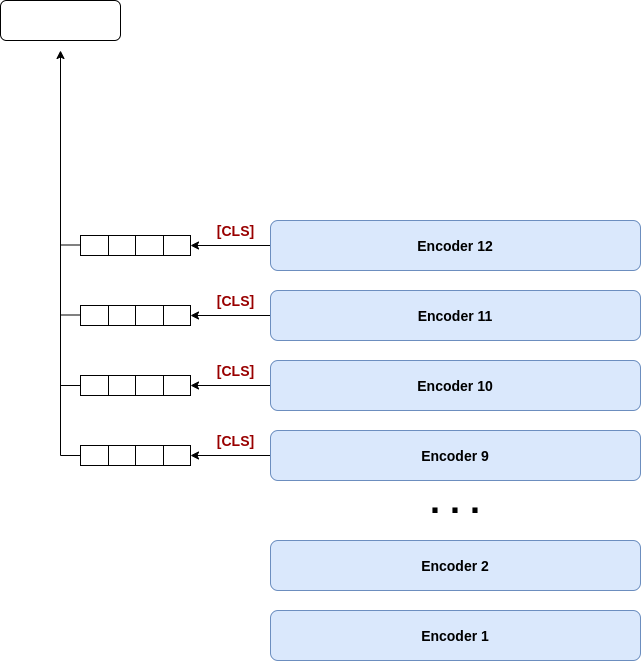
The draw.io diagram classification_model.png in heraclex12/VLSP2020-Fake-News-Detection, before a commit. Source tidied: cells renumbered, new cells last; positions are measured from the earlier drawing's top-left corner, leaving out a move shared by most shapes.
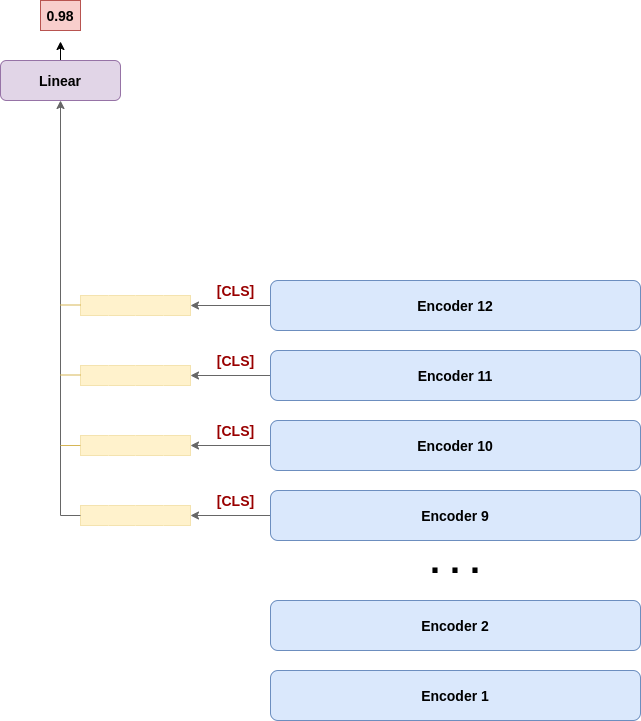
After the commit.

Diff of the diagram source:
```diff
@@ -2,25 +2,25 @@
   <root>
     <mxCell id="0" />
     <mxCell id="1" parent="0" />
-    <mxCell id="2" style="edgeStyle=orthogonalEdgeStyle;rounded=0;jettySize=auto;html=1;exitX=0;exitY=0.5;exitDx=0;exitDy=0;entryX=1;entryY=0.5;entryDx=0;entryDy=0;" parent="1" edge="1" source="3" target="15">
+    <mxCell id="2" style="edgeStyle=orthogonalEdgeStyle;rounded=0;jettySize=auto;html=1;exitX=0;exitY=0.5;exitDx=0;exitDy=0;entryX=1;entryY=0.5;entryDx=0;entryDy=0;strokeColor=#666666;" parent="1" edge="1" source="3" target="15">
       <mxGeometry relative="1" as="geometry" />
     </mxCell>
     <mxCell id="3" value="&lt;span&gt;&lt;b&gt;&lt;font style=&quot;font-size: 14px&quot;&gt;Encoder 9&lt;/font&gt;&lt;/b&gt;&lt;/span&gt;" style="rounded=1;whiteSpace=wrap;html=1;fillColor=#dae8fc;strokeColor=#6c8ebf;" parent="1" vertex="1">
       <mxGeometry x="270" y="430" width="370" height="50" as="geometry" />
     </mxCell>
-    <mxCell id="4" style="edgeStyle=orthogonalEdgeStyle;rounded=0;jettySize=auto;html=1;exitX=0;exitY=0.5;exitDx=0;exitDy=0;entryX=1;entryY=0.5;entryDx=0;entryDy=0;" parent="1" edge="1" source="5" target="22">
+    <mxCell id="4" style="edgeStyle=orthogonalEdgeStyle;rounded=0;jettySize=auto;html=1;exitX=0;exitY=0.5;exitDx=0;exitDy=0;entryX=1;entryY=0.5;entryDx=0;entryDy=0;strokeColor=#666666;" parent="1" edge="1" source="5" target="22">
       <mxGeometry relative="1" as="geometry" />
     </mxCell>
     <mxCell id="5" value="&lt;span&gt;&lt;b&gt;&lt;font style=&quot;font-size: 14px&quot;&gt;Encoder 10&lt;/font&gt;&lt;/b&gt;&lt;/span&gt;" style="rounded=1;whiteSpace=wrap;html=1;fillColor=#dae8fc;strokeColor=#6c8ebf;" parent="1" vertex="1">
       <mxGeometry x="270" y="360" width="370" height="50" as="geometry" />
     </mxCell>
-    <mxCell id="6" style="edgeStyle=orthogonalEdgeStyle;rounded=0;jettySize=auto;html=1;exitX=0;exitY=0.5;exitDx=0;exitDy=0;entryX=1;entryY=0.5;entryDx=0;entryDy=0;" parent="1" edge="1" source="7" target="29">
+    <mxCell id="6" style="edgeStyle=orthogonalEdgeStyle;rounded=0;jettySize=auto;html=1;exitX=0;exitY=0.5;exitDx=0;exitDy=0;entryX=1;entryY=0.5;entryDx=0;entryDy=0;strokeColor=#666666;" parent="1" edge="1" source="7" target="29">
       <mxGeometry relative="1" as="geometry" />
     </mxCell>
     <mxCell id="7" value="&lt;b&gt;&lt;font style=&quot;font-size: 14px&quot;&gt;Encoder 11&lt;/font&gt;&lt;/b&gt;" style="rounded=1;whiteSpace=wrap;html=1;fillColor=#dae8fc;strokeColor=#6c8ebf;" parent="1" vertex="1">
       <mxGeometry x="270" y="290" width="370" height="50" as="geometry" />
     </mxCell>
-    <mxCell id="8" style="edgeStyle=orthogonalEdgeStyle;rounded=0;jettySize=auto;html=1;exitX=0;exitY=0.5;exitDx=0;exitDy=0;entryX=1;entryY=0.5;entryDx=0;entryDy=0;" parent="1" edge="1" source="9" target="36">
+    <mxCell id="8" style="edgeStyle=orthogonalEdgeStyle;rounded=0;jettySize=auto;html=1;exitX=0;exitY=0.5;exitDx=0;exitDy=0;entryX=1;entryY=0.5;entryDx=0;entryDy=0;strokeColor=#666666;" parent="1" edge="1" source="9" target="36">
       <mxGeometry relative="1" as="geometry" />
     </mxCell>
     <mxCell id="9" value="&lt;b&gt;&lt;font style=&quot;font-size: 14px&quot;&gt;Encoder 12&lt;/font&gt;&lt;/b&gt;" style="rounded=1;whiteSpace=wrap;html=1;fillColor=#dae8fc;strokeColor=#6c8ebf;" parent="1" vertex="1">
@@ -38,112 +38,118 @@
     <mxCell id="13" value="&lt;font color=&quot;#990000&quot; size=&quot;1&quot;&gt;&lt;b style=&quot;font-size: 14px&quot;&gt;[CLS]&lt;/b&gt;&lt;/font&gt;" style="text;html=1;align=center;verticalAlign=middle;" parent="1" vertex="1">
       <mxGeometry x="210" y="430" width="50" height="20" as="geometry" />
     </mxCell>
-    <mxCell id="14" style="shape=table;html=1;whiteSpace=wrap;startSize=0;" parent="1" vertex="1">
+    <mxCell id="14" style="shape=table;html=1;whiteSpace=wrap;startSize=0;fillColor=#fff2cc;strokeColor=#d6b656;" parent="1" vertex="1">
       <mxGeometry x="80" y="445" width="110" height="20" as="geometry" />
     </mxCell>
-    <mxCell id="15" style="shape=partialRectangle;html=1;whiteSpace=wrap;fillColor=none;top=0;left=0;bottom=0;right=0;points=[[0,0.5],[1,0.5]];portConstraint=eastwest;" parent="14" vertex="1">
+    <mxCell id="15" style="shape=partialRectangle;html=1;whiteSpace=wrap;fillColor=#fff2cc;top=0;left=0;bottom=0;right=0;points=[[0,0.5],[1,0.5]];portConstraint=eastwest;strokeColor=#d6b656;" parent="14" vertex="1">
       <mxGeometry width="110" height="20" as="geometry" />
     </mxCell>
-    <mxCell id="16" style="shape=partialRectangle;html=1;whiteSpace=wrap;overflow=hidden;fillColor=none;top=0;left=0;bottom=0;right=0;" parent="15" vertex="1">
+    <mxCell id="16" style="shape=partialRectangle;html=1;whiteSpace=wrap;overflow=hidden;fillColor=#fff2cc;top=0;left=0;bottom=0;right=0;strokeColor=#d6b656;" parent="15" vertex="1">
       <mxGeometry width="28" height="20" as="geometry" />
     </mxCell>
-    <mxCell id="17" style="shape=partialRectangle;html=1;whiteSpace=wrap;overflow=hidden;fillColor=none;top=0;left=0;bottom=0;right=0;" parent="15" vertex="1">
+    <mxCell id="17" style="shape=partialRectangle;html=1;whiteSpace=wrap;overflow=hidden;fillColor=#fff2cc;top=0;left=0;bottom=0;right=0;strokeColor=#d6b656;" parent="15" vertex="1">
       <mxGeometry x="28" width="27" height="20" as="geometry" />
     </mxCell>
-    <mxCell id="18" style="shape=partialRectangle;html=1;whiteSpace=wrap;overflow=hidden;fillColor=none;top=0;left=0;bottom=0;right=0;" parent="15" vertex="1">
+    <mxCell id="18" style="shape=partialRectangle;html=1;whiteSpace=wrap;overflow=hidden;fillColor=#fff2cc;top=0;left=0;bottom=0;right=0;strokeColor=#d6b656;" parent="15" vertex="1">
       <mxGeometry x="55" width="28" height="20" as="geometry" />
     </mxCell>
-    <mxCell id="19" style="shape=partialRectangle;html=1;whiteSpace=wrap;overflow=hidden;fillColor=none;top=0;left=0;bottom=0;right=0;" parent="15" vertex="1">
+    <mxCell id="19" style="shape=partialRectangle;html=1;whiteSpace=wrap;overflow=hidden;fillColor=#fff2cc;top=0;left=0;bottom=0;right=0;strokeColor=#d6b656;" parent="15" vertex="1">
       <mxGeometry x="83" width="27" height="20" as="geometry" />
     </mxCell>
     <mxCell id="20" value="&lt;font color=&quot;#990000&quot; size=&quot;1&quot;&gt;&lt;b style=&quot;font-size: 14px&quot;&gt;[CLS]&lt;/b&gt;&lt;/font&gt;" style="text;html=1;align=center;verticalAlign=middle;" parent="1" vertex="1">
       <mxGeometry x="210" y="360" width="50" height="20" as="geometry" />
     </mxCell>
-    <mxCell id="21" style="shape=table;html=1;whiteSpace=wrap;startSize=0;" parent="1" vertex="1">
+    <mxCell id="21" style="shape=table;html=1;whiteSpace=wrap;startSize=0;fillColor=#fff2cc;strokeColor=#d6b656;" parent="1" vertex="1">
       <mxGeometry x="80" y="375" width="110" height="20" as="geometry" />
     </mxCell>
-    <mxCell id="22" style="shape=partialRectangle;html=1;whiteSpace=wrap;fillColor=none;top=0;left=0;bottom=0;right=0;points=[[0,0.5],[1,0.5]];portConstraint=eastwest;" parent="21" vertex="1">
+    <mxCell id="22" style="shape=partialRectangle;html=1;whiteSpace=wrap;fillColor=#fff2cc;top=0;left=0;bottom=0;right=0;points=[[0,0.5],[1,0.5]];portConstraint=eastwest;strokeColor=#d6b656;" parent="21" vertex="1">
       <mxGeometry width="110" height="20" as="geometry" />
     </mxCell>
-    <mxCell id="23" style="shape=partialRectangle;html=1;whiteSpace=wrap;overflow=hidden;fillColor=none;top=0;left=0;bottom=0;right=0;" parent="22" vertex="1">
+    <mxCell id="23" style="shape=partialRectangle;html=1;whiteSpace=wrap;overflow=hidden;fillColor=#fff2cc;top=0;left=0;bottom=0;right=0;strokeColor=#d6b656;" parent="22" vertex="1">
       <mxGeometry width="28" height="20" as="geometry" />
     </mxCell>
-    <mxCell id="24" style="shape=partialRectangle;html=1;whiteSpace=wrap;overflow=hidden;fillColor=none;top=0;left=0;bottom=0;right=0;" parent="22" vertex="1">
+    <mxCell id="24" style="shape=partialRectangle;html=1;whiteSpace=wrap;overflow=hidden;fillColor=#fff2cc;top=0;left=0;bottom=0;right=0;strokeColor=#d6b656;" parent="22" vertex="1">
       <mxGeometry x="28" width="27" height="20" as="geometry" />
     </mxCell>
-    <mxCell id="25" style="shape=partialRectangle;html=1;whiteSpace=wrap;overflow=hidden;fillColor=none;top=0;left=0;bottom=0;right=0;" parent="22" vertex="1">
+    <mxCell id="25" style="shape=partialRectangle;html=1;whiteSpace=wrap;overflow=hidden;fillColor=#fff2cc;top=0;left=0;bottom=0;right=0;strokeColor=#d6b656;" parent="22" vertex="1">
       <mxGeometry x="55" width="28" height="20" as="geometry" />
     </mxCell>
-    <mxCell id="26" style="shape=partialRectangle;html=1;whiteSpace=wrap;overflow=hidden;fillColor=none;top=0;left=0;bottom=0;right=0;" parent="22" vertex="1">
+    <mxCell id="26" style="shape=partialRectangle;html=1;whiteSpace=wrap;overflow=hidden;fillColor=#fff2cc;top=0;left=0;bottom=0;right=0;strokeColor=#d6b656;" parent="22" vertex="1">
       <mxGeometry x="83" width="27" height="20" as="geometry" />
     </mxCell>
     <mxCell id="27" value="&lt;font color=&quot;#990000&quot; size=&quot;1&quot;&gt;&lt;b style=&quot;font-size: 14px&quot;&gt;[CLS]&lt;/b&gt;&lt;/font&gt;" style="text;html=1;align=center;verticalAlign=middle;" parent="1" vertex="1">
       <mxGeometry x="210" y="290" width="50" height="20" as="geometry" />
     </mxCell>
-    <mxCell id="28" style="shape=table;html=1;whiteSpace=wrap;startSize=0;" parent="1" vertex="1">
+    <mxCell id="28" style="shape=table;html=1;whiteSpace=wrap;startSize=0;fillColor=#fff2cc;strokeColor=#d6b656;" parent="1" vertex="1">
       <mxGeometry x="80" y="305" width="110" height="20" as="geometry" />
     </mxCell>
-    <mxCell id="29" style="shape=partialRectangle;html=1;whiteSpace=wrap;fillColor=none;top=0;left=0;bottom=0;right=0;points=[[0,0.5],[1,0.5]];portConstraint=eastwest;" parent="28" vertex="1">
+    <mxCell id="29" style="shape=partialRectangle;html=1;whiteSpace=wrap;fillColor=#fff2cc;top=0;left=0;bottom=0;right=0;points=[[0,0.5],[1,0.5]];portConstraint=eastwest;strokeColor=#d6b656;" parent="28" vertex="1">
       <mxGeometry width="110" height="20" as="geometry" />
     </mxCell>
-    <mxCell id="30" style="shape=partialRectangle;html=1;whiteSpace=wrap;overflow=hidden;fillColor=none;top=0;left=0;bottom=0;right=0;" parent="29" vertex="1">
+    <mxCell id="30" style="shape=partialRectangle;html=1;whiteSpace=wrap;overflow=hidden;fillColor=#fff2cc;top=0;left=0;bottom=0;right=0;strokeColor=#d6b656;" parent="29" vertex="1">
       <mxGeometry width="28" height="20" as="geometry" />
     </mxCell>
-    <mxCell id="31" style="shape=partialRectangle;html=1;whiteSpace=wrap;overflow=hidden;fillColor=none;top=0;left=0;bottom=0;right=0;" parent="29" vertex="1">
+    <mxCell id="31" style="shape=partialRectangle;html=1;whiteSpace=wrap;overflow=hidden;fillColor=#fff2cc;top=0;left=0;bottom=0;right=0;strokeColor=#d6b656;" parent="29" vertex="1">
       <mxGeometry x="28" width="27" height="20" as="geometry" />
     </mxCell>
-    <mxCell id="32" style="shape=partialRectangle;html=1;whiteSpace=wrap;overflow=hidden;fillColor=none;top=0;left=0;bottom=0;right=0;" parent="29" vertex="1">
+    <mxCell id="32" style="shape=partialRectangle;html=1;whiteSpace=wrap;overflow=hidden;fillColor=#fff2cc;top=0;left=0;bottom=0;right=0;strokeColor=#d6b656;" parent="29" vertex="1">
       <mxGeometry x="55" width="28" height="20" as="geometry" />
     </mxCell>
-    <mxCell id="33" style="shape=partialRectangle;html=1;whiteSpace=wrap;overflow=hidden;fillColor=none;top=0;left=0;bottom=0;right=0;" parent="29" vertex="1">
+    <mxCell id="33" style="shape=partialRectangle;html=1;whiteSpace=wrap;overflow=hidden;fillColor=#fff2cc;top=0;left=0;bottom=0;right=0;strokeColor=#d6b656;" parent="29" vertex="1">
       <mxGeometry x="83" width="27" height="20" as="geometry" />
     </mxCell>
     <mxCell id="34" value="&lt;font color=&quot;#990000&quot; size=&quot;1&quot;&gt;&lt;b style=&quot;font-size: 14px&quot;&gt;[CLS]&lt;/b&gt;&lt;/font&gt;" style="text;html=1;align=center;verticalAlign=middle;" parent="1" vertex="1">
       <mxGeometry x="210" y="220" width="50" height="20" as="geometry" />
     </mxCell>
-    <mxCell id="35" style="shape=table;html=1;whiteSpace=wrap;startSize=0;" parent="1" vertex="1">
+    <mxCell id="35" style="shape=table;html=1;whiteSpace=wrap;startSize=0;fillColor=#fff2cc;strokeColor=#d6b656;" parent="1" vertex="1">
       <mxGeometry x="80" y="235" width="110" height="20" as="geometry" />
     </mxCell>
-    <mxCell id="36" style="shape=partialRectangle;html=1;whiteSpace=wrap;fillColor=none;top=0;left=0;bottom=0;right=0;points=[[0,0.5],[1,0.5]];portConstraint=eastwest;" parent="35" vertex="1">
+    <mxCell id="36" style="shape=partialRectangle;html=1;whiteSpace=wrap;fillColor=#fff2cc;top=0;left=0;bottom=0;right=0;points=[[0,0.5],[1,0.5]];portConstraint=eastwest;strokeColor=#d6b656;" parent="35" vertex="1">
       <mxGeometry width="110" height="20" as="geometry" />
     </mxCell>
-    <mxCell id="37" style="shape=partialRectangle;html=1;whiteSpace=wrap;overflow=hidden;fillColor=none;top=0;left=0;bottom=0;right=0;" parent="36" vertex="1">
+    <mxCell id="37" style="shape=partialRectangle;html=1;whiteSpace=wrap;overflow=hidden;fillColor=#fff2cc;top=0;left=0;bottom=0;right=0;strokeColor=#d6b656;" parent="36" vertex="1">
       <mxGeometry width="28" height="20" as="geometry" />
     </mxCell>
-    <mxCell id="38" style="shape=partialRectangle;html=1;whiteSpace=wrap;overflow=hidden;fillColor=none;top=0;left=0;bottom=0;right=0;" parent="36" vertex="1">
+    <mxCell id="38" style="shape=partialRectangle;html=1;whiteSpace=wrap;overflow=hidden;fillColor=#fff2cc;top=0;left=0;bottom=0;right=0;strokeColor=#d6b656;" parent="36" vertex="1">
       <mxGeometry x="28" width="27" height="20" as="geometry" />
     </mxCell>
-    <mxCell id="39" style="shape=partialRectangle;html=1;whiteSpace=wrap;overflow=hidden;fillColor=none;top=0;left=0;bottom=0;right=0;" parent="36" vertex="1">
+    <mxCell id="39" style="shape=partialRectangle;html=1;whiteSpace=wrap;overflow=hidden;fillColor=#fff2cc;top=0;left=0;bottom=0;right=0;strokeColor=#d6b656;" parent="36" vertex="1">
       <mxGeometry x="55" width="28" height="20" as="geometry" />
     </mxCell>
-    <mxCell id="40" style="shape=partialRectangle;html=1;whiteSpace=wrap;overflow=hidden;fillColor=none;top=0;left=0;bottom=0;right=0;" parent="36" vertex="1">
+    <mxCell id="40" style="shape=partialRectangle;html=1;whiteSpace=wrap;overflow=hidden;fillColor=#fff2cc;top=0;left=0;bottom=0;right=0;strokeColor=#d6b656;" parent="36" vertex="1">
       <mxGeometry x="83" width="27" height="20" as="geometry" />
     </mxCell>
-    <mxCell id="41" style="edgeStyle=orthogonalEdgeStyle;rounded=0;jettySize=auto;html=1;exitX=0;exitY=0.5;exitDx=0;exitDy=0;" parent="1" edge="1" source="15">
-      <mxGeometry relative="1" as="geometry">
-        <mxPoint x="60" y="50" as="targetPoint" />
-      </mxGeometry>
+    <mxCell id="41" style="edgeStyle=orthogonalEdgeStyle;rounded=0;jettySize=auto;html=1;exitX=0;exitY=0.5;exitDx=0;exitDy=0;strokeColor=#666666;entryX=0.5;entryY=1;entryDx=0;entryDy=0;" parent="1" edge="1" source="15" target="45">
+      <mxGeometry relative="1" as="geometry" />
     </mxCell>
-    <mxCell id="42" style="endArrow=none;html=1;" parent="1" edge="1">
+    <mxCell id="42" style="endArrow=none;html=1;fillColor=#fff2cc;strokeColor=#d6b656;" parent="1" edge="1">
       <mxGeometry relative="1" as="geometry">
         <mxPoint x="60" y="385" as="sourcePoint" />
         <mxPoint x="80" y="385" as="targetPoint" />
       </mxGeometry>
     </mxCell>
-    <mxCell id="43" style="endArrow=none;html=1;" parent="1" edge="1">
+    <mxCell id="43" style="endArrow=none;html=1;fillColor=#fff2cc;strokeColor=#d6b656;" parent="1" edge="1">
       <mxGeometry relative="1" as="geometry">
         <mxPoint x="60" y="314.5" as="sourcePoint" />
         <mxPoint x="80" y="314.5" as="targetPoint" />
       </mxGeometry>
     </mxCell>
-    <mxCell id="44" style="endArrow=none;html=1;" parent="1" edge="1">
+    <mxCell id="44" style="endArrow=none;html=1;fillColor=#fff2cc;strokeColor=#d6b656;" parent="1" edge="1">
       <mxGeometry relative="1" as="geometry">
         <mxPoint x="60" y="244.5" as="sourcePoint" />
         <mxPoint x="80" y="244.5" as="targetPoint" />
       </mxGeometry>
     </mxCell>
+    <mxCell id="46" style="edgeStyle=orthogonalEdgeStyle;rounded=0;jettySize=auto;html=1;exitX=0.5;exitY=0;exitDx=0;exitDy=0;entryX=0.5;entryY=1.04;entryDx=0;entryDy=0;entryPerimeter=0;" parent="1" edge="1" source="45">
+      <mxGeometry relative="1" as="geometry">
+        <mxPoint x="60" y="-19" as="targetPoint" />
+      </mxGeometry>
+    </mxCell>
-    <mxCell id="45" style="rounded=1;whiteSpace=wrap;html=1;fillColor=none;" parent="1" vertex="1">
+    <mxCell id="45" value="&lt;b&gt;&lt;font style=&quot;font-size: 14px&quot;&gt;Linear&lt;/font&gt;&lt;/b&gt;" style="rounded=1;whiteSpace=wrap;html=1;fillColor=#e1d5e7;strokeColor=#9673a6;" parent="1" vertex="1">
       <mxGeometry width="120" height="40" as="geometry" />
     </mxCell>
+    <mxCell id="47" value="&lt;b&gt;&lt;font style=&quot;font-size: 14px&quot;&gt;0.98&lt;/font&gt;&lt;/b&gt;" style="rounded=0;whiteSpace=wrap;html=1;fillColor=#f8cecc;strokeColor=#b85450;" parent="1" vertex="1">
+      <mxGeometry x="40" y="-60" width="40" height="30" as="geometry" />
+    </mxCell>
   </root>
 </mxGraphModel>
```
